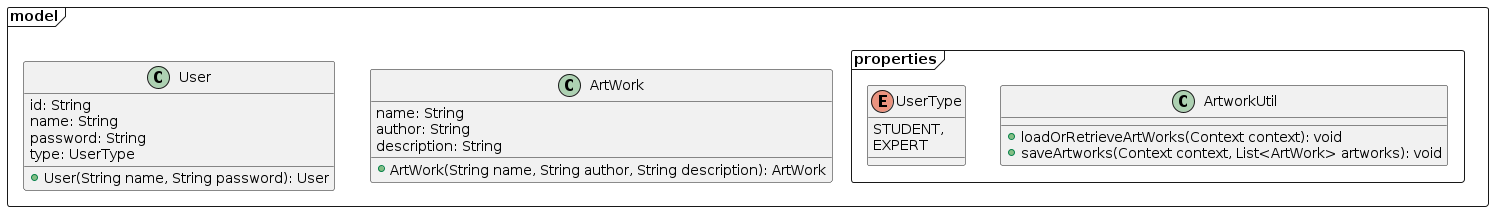
luftmensch-luftmensch/InfoPoint keeps this PlantUML diagram as documentation/doc/content/img/models.png. Above is the earlier version.
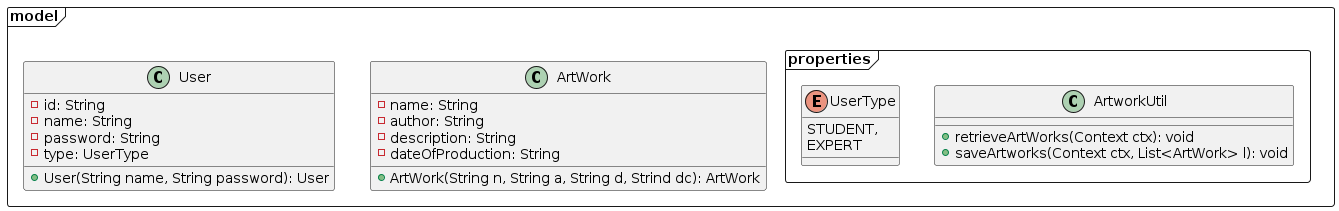
Above is the later version.

Diff of the diagram source:
```diff
@@ -2,24 +2,25 @@
 skinparam defaultTextAlignment center
 frame model {
   class ArtWork {
-	name: String
-	author: String
-	description: String
-	+ ArtWork(String name, String author, String description): ArtWork
+	- {field} name: String
+	- {field} author: String
+	- {field} description: String
+	- {field} dateOfProduction: String
+	+ {method} ArtWork(String n, String a, String d, Strind dc): ArtWork
   }
 
   class User {
-	id: String
-	name: String
-	password: String
-	type: UserType
-	+ User(String name, String password): User
+	- {field} id: String
+	- {field} name: String
+	- {field} password: String
+	- {field} type: UserType
+	+ {method} User(String name, String password): User
   }
 
   frame properties {
 	   class ArtworkUtil {
-		  + loadOrRetrieveArtWorks(Context context): void
-		  + saveArtworks(Context context, List<ArtWork> artworks): void
+		  + {method} retrieveArtWorks(Context ctx): void
+		  + {method} saveArtworks(Context ctx, List<ArtWork> l): void
 
 	   }
 
```
